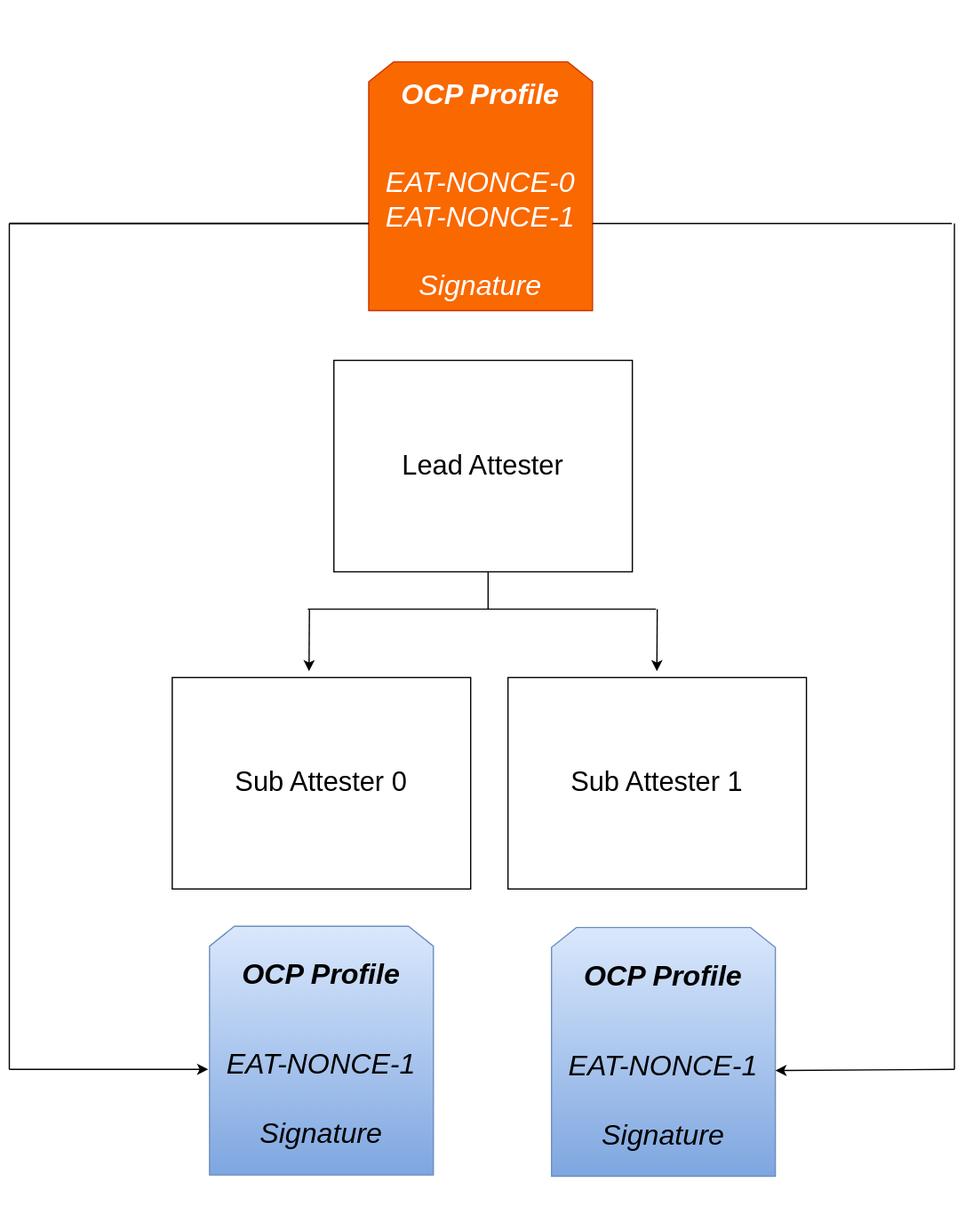
The draw.io diagram specifications/ietf-eat-profile/diagrams/attester_binding.drawio.svg in opencomputeproject/Security, before a commit. Source tidied: cells renumbered, new cells last; positions are measured from the earlier drawing's top-left corner, leaving out a move shared by most shapes.
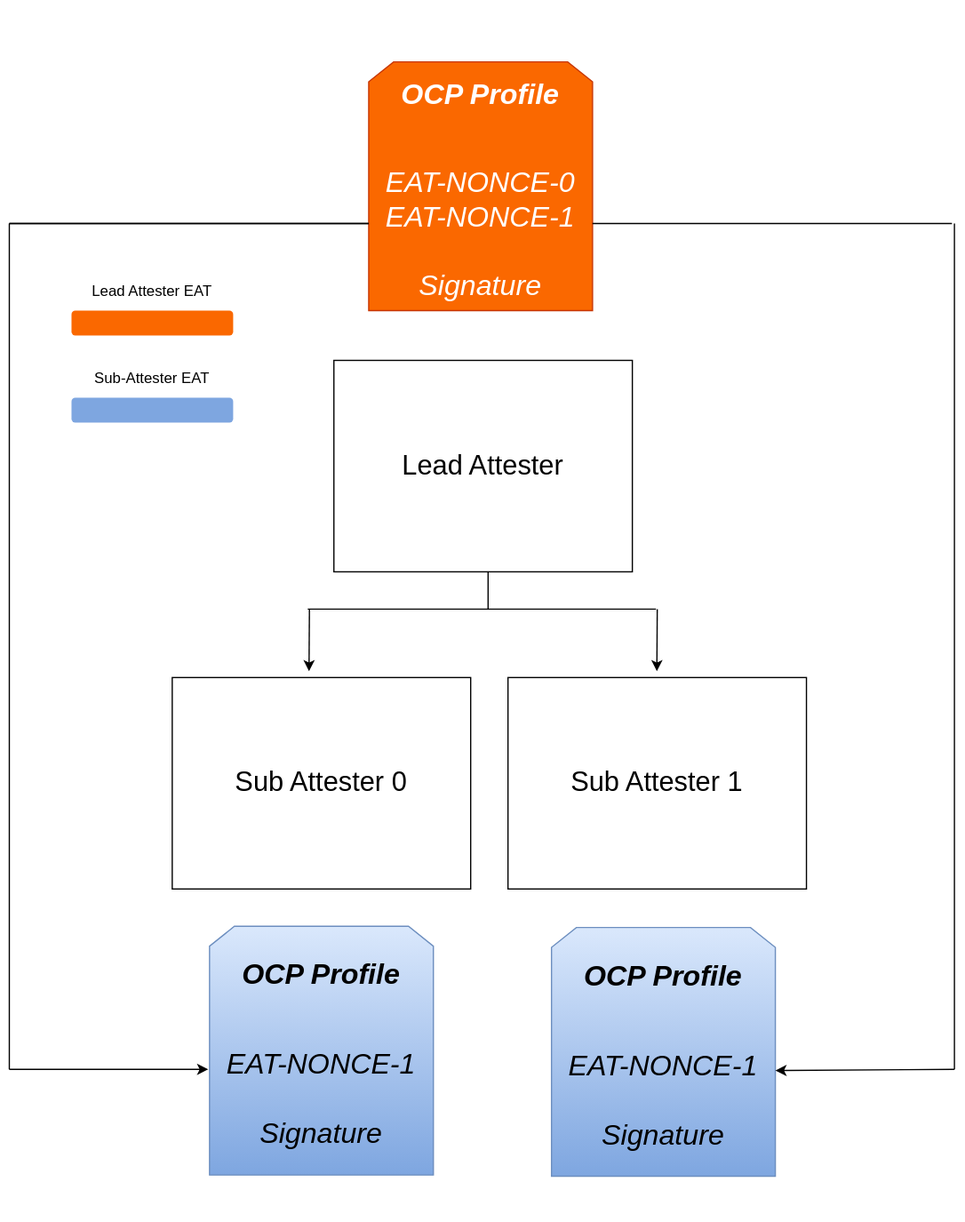
After the change.

Commit message:
Adding Color Legend to the attester_binding diagram Updated CWT_SPDM Diagram

Change to the diagram source:
```diff
@@ -2,7 +2,7 @@
   <root>
     <mxCell id="0" />
     <mxCell id="1" parent="0" />
-    <mxCell id="2" value="&lt;h1&gt;&lt;font style=&quot;font-size: 23px;&quot;&gt;&lt;i style=&quot;&quot;&gt;&lt;b style=&quot;&quot;&gt;&lt;br&gt;&lt;/b&gt;&lt;/i&gt;&lt;/font&gt;&lt;/h1&gt;&lt;h1&gt;&lt;font style=&quot;font-size: 23px;&quot;&gt;&lt;i style=&quot;&quot;&gt;&lt;b style=&quot;&quot;&gt;OCP Profile&lt;/b&gt;&lt;/i&gt;&lt;/font&gt;&lt;/h1&gt;&lt;div&gt;&lt;font style=&quot;font-size: 23px;&quot;&gt;&lt;i style=&quot;&quot;&gt;&lt;br&gt;&lt;/i&gt;&lt;/font&gt;&lt;/div&gt;&lt;div&gt;&lt;font style=&quot;font-size: 23px;&quot;&gt;&lt;i style=&quot;&quot;&gt;EAT-NONCE-0&lt;/i&gt;&lt;/font&gt;&lt;/div&gt;&lt;div&gt;&lt;font style=&quot;font-size: 23px;&quot;&gt;&lt;i style=&quot;&quot;&gt;EAT-NONCE-1&lt;/i&gt;&lt;/font&gt;&lt;/div&gt;&lt;div&gt;&lt;font style=&quot;font-size: 23px;&quot;&gt;&lt;i style=&quot;&quot;&gt;&lt;br&gt;&lt;/i&gt;&lt;/font&gt;&lt;/div&gt;&lt;div&gt;&lt;font style=&quot;font-size: 23px;&quot;&gt;&lt;i style=&quot;&quot;&gt;Signature&lt;/i&gt;&lt;/font&gt;&lt;/div&gt;&lt;div&gt;&lt;font style=&quot;font-size: 23px;&quot;&gt;&lt;i style=&quot;&quot;&gt;&lt;br&gt;&lt;/i&gt;&lt;/font&gt;&lt;/div&gt;&lt;div&gt;&lt;font style=&quot;font-size: 23px;&quot;&gt;&lt;i style=&quot;&quot;&gt;&lt;br&gt;&lt;/i&gt;&lt;/font&gt;&lt;/div&gt;" style="shape=loopLimit;whiteSpace=wrap;html=1;fillColor=#fa6800;strokeColor=#C73500;fontColor=#FFFFFF;fontFamily=Helvetica;" parent="1" vertex="1">
+    <mxCell id="2" value="&lt;h1&gt;&lt;font style=&quot;font-size: 23px;&quot;&gt;&lt;i style=&quot;&quot;&gt;&lt;b style=&quot;&quot;&gt;&lt;br&gt;&lt;/b&gt;&lt;/i&gt;&lt;/font&gt;&lt;/h1&gt;&lt;h1&gt;&lt;font style=&quot;font-size: 23px;&quot;&gt;&lt;i style=&quot;&quot;&gt;&lt;b style=&quot;&quot;&gt;OCP Profile&lt;/b&gt;&lt;/i&gt;&lt;/font&gt;&lt;/h1&gt;&lt;div&gt;&lt;font style=&quot;font-size: 23px;&quot;&gt;&lt;i style=&quot;&quot;&gt;&lt;br&gt;&lt;/i&gt;&lt;/font&gt;&lt;/div&gt;&lt;div&gt;&lt;font style=&quot;font-size: 23px;&quot;&gt;&lt;i style=&quot;&quot;&gt;EAT-NONCE-0&lt;/i&gt;&lt;/font&gt;&lt;/div&gt;&lt;div&gt;&lt;font style=&quot;font-size: 23px;&quot;&gt;&lt;i style=&quot;&quot;&gt;EAT-NONCE-1&lt;/i&gt;&lt;/font&gt;&lt;/div&gt;&lt;div&gt;&lt;font style=&quot;font-size: 23px;&quot;&gt;&lt;i style=&quot;&quot;&gt;&lt;br&gt;&lt;/i&gt;&lt;/font&gt;&lt;/div&gt;&lt;div&gt;&lt;font style=&quot;font-size: 23px;&quot;&gt;&lt;i style=&quot;&quot;&gt;Signature&lt;/i&gt;&lt;/font&gt;&lt;/div&gt;&lt;div&gt;&lt;font style=&quot;font-size: 23px;&quot;&gt;&lt;i style=&quot;&quot;&gt;&lt;br&gt;&lt;/i&gt;&lt;/font&gt;&lt;/div&gt;&lt;div&gt;&lt;font style=&quot;font-size: 23px;&quot;&gt;&lt;i style=&quot;&quot;&gt;&lt;br&gt;&lt;/i&gt;&lt;/font&gt;&lt;/div&gt;" style="shape=loopLimit;whiteSpace=wrap;html=1;fillColor=#FA6800;strokeColor=#C73500;fontColor=#FFFFFF;fontFamily=Helvetica;" parent="1" vertex="1">
       <mxGeometry x="289" width="180" height="200" as="geometry" />
     </mxCell>
     <mxCell id="3" value="&lt;font style=&quot;font-size: 22px;&quot;&gt;Lead Attester&lt;/font&gt;" style="rounded=0;whiteSpace=wrap;html=1;" parent="1" vertex="1">
@@ -86,5 +86,17 @@
         <mxPoint x="616" y="811" as="targetPoint" />
       </mxGeometry>
     </mxCell>
+    <mxCell id="19" style="rounded=1;whiteSpace=wrap;html=1;fillColor=light-dark(#FA6800,#FA6800);strokeColor=none;" parent="1" vertex="1">
+      <mxGeometry x="50" y="200" width="130" height="20" as="geometry" />
+    </mxCell>
+    <mxCell id="20" value="Lead Attester EAT" style="text;html=1;align=center;verticalAlign=middle;whiteSpace=wrap;rounded=0;" parent="1" vertex="1">
+      <mxGeometry x="50" y="170" width="130" height="30" as="geometry" />
+    </mxCell>
+    <mxCell id="21" style="rounded=1;whiteSpace=wrap;html=1;fillColor=light-dark(#7EA6E0,#56AEFF);strokeColor=none;" parent="1" vertex="1">
+      <mxGeometry x="50" y="270" width="130" height="20" as="geometry" />
+    </mxCell>
+    <mxCell id="22" value="Sub-Attester EAT" style="text;html=1;align=center;verticalAlign=middle;whiteSpace=wrap;rounded=0;" parent="1" vertex="1">
+      <mxGeometry x="50" y="240" width="130" height="30" as="geometry" />
+    </mxCell>
   </root>
 </mxGraphModel>
```
